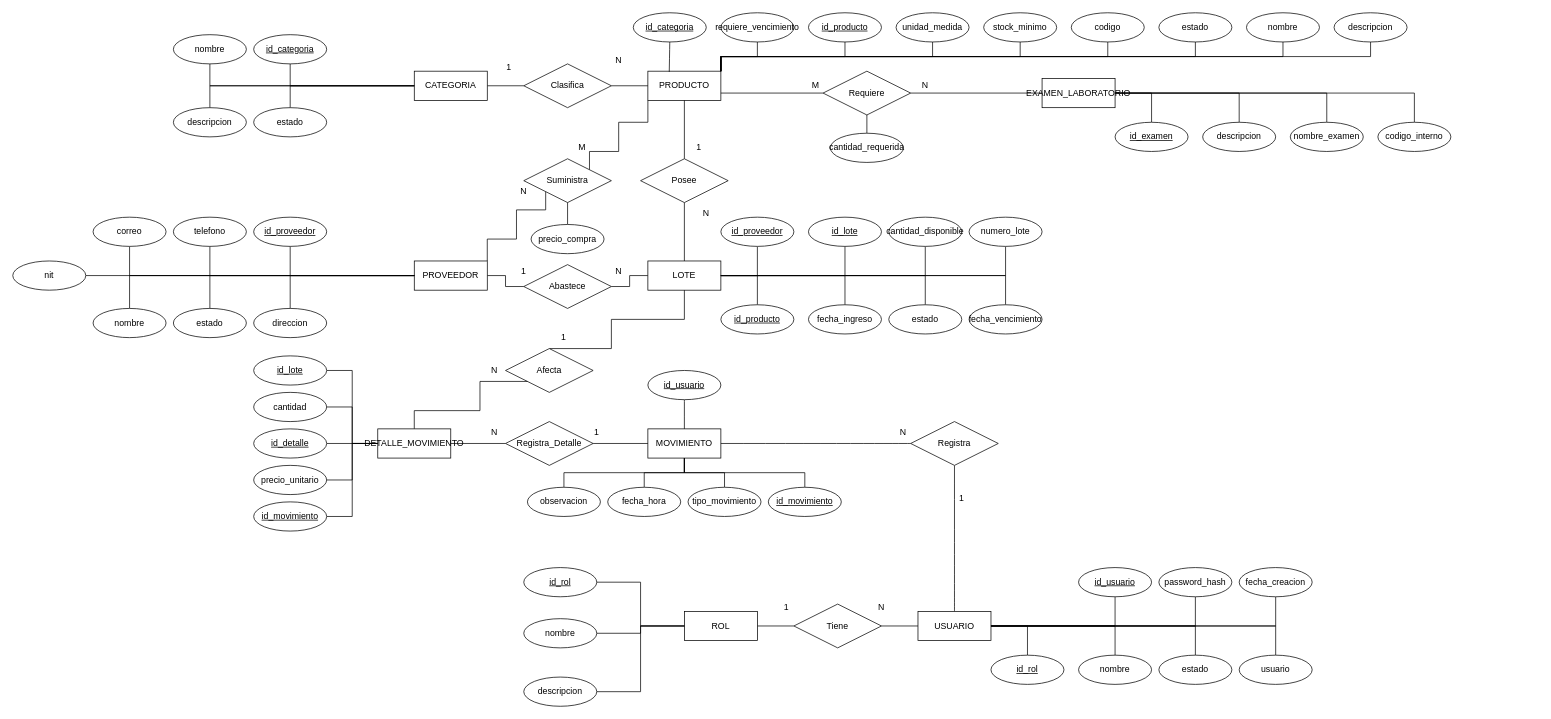
Before: docs/diagramas/DIAGRAMA-ER-LAB.drawio in Criss-paz/sistema-inventario-laboratorio, a draw.io diagram. Source tidied: cells renumbered, new cells numbered last; positions are measured from the earlier drawing's top-left corner, leaving out a move shared by most shapes. Both pictures are drawn from the tidied source at 73%, with x=0, y=0 at pixel (12, 12).
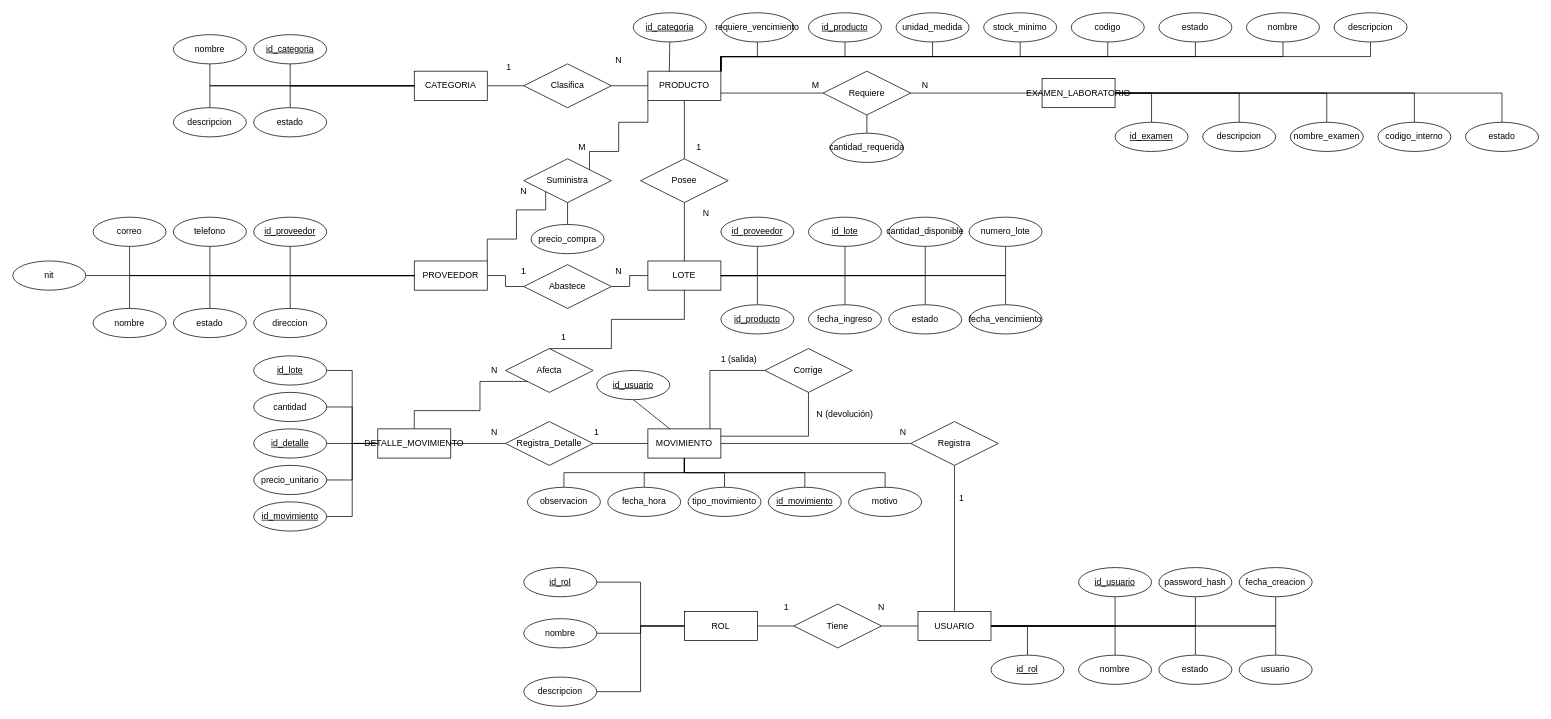
Above is the later version.

Commit message (it also covers changes not shown here):
docs(diagramas): actualiza ER y relacional con la devolución y la baja de exámenes; matriz v3

Unchanged cells that the change refers to:
```xml
<mxCell id="14" value="MOVIMIENTO" style="whiteSpace=wrap;html=1;align=center;" parent="1" vertex="1">
  <mxGeometry x="870" y="570" width="100" height="40" as="geometry" />
</mxCell>
<mxCell id="15" value="EXAMEN_LABORATORIO" style="whiteSpace=wrap;html=1;align=center;" parent="1" vertex="1">
  <mxGeometry x="1410" y="90" width="100" height="40" as="geometry" />
</mxCell>
```

What changed in the source:
```diff
@@
-    <mxCell id="148" style="edgeStyle=none;curved=1;rounded=0;jettySize=auto;html=1;exitX=0.5;exitY=1;exitDx=0;exitDy=0;entryX=0.5;entryY=0;entryDx=0;entryDy=0;fontSize=12;startSize=8;endSize=8;endArrow=none;endFill=0;" parent="1" edge="1" source="149" target="14">
+    <mxCell id="148" style="edgeStyle=none;curved=1;rounded=0;jettySize=auto;html=1;exitX=0.5;exitY=1;exitDx=0;exitDy=0;entryX=0.3;entryY=0;entryDx=0;entryDy=0;fontSize=12;startSize=8;endSize=8;endArrow=none;endFill=0;" parent="1" edge="1" source="149" target="14">
       <mxGeometry relative="1" as="geometry" />
     </mxCell>
     <mxCell id="149" value="id_usuario" style="ellipse;whiteSpace=wrap;html=1;align=center;fontStyle=20;" parent="1" vertex="1">
-      <mxGeometry x="870" y="490" width="100" height="40" as="geometry" />
+      <mxGeometry x="800" y="490" width="100" height="40" as="geometry" />
     </mxCell>
@@
+    <mxCell id="164" value="motivo" style="ellipse;whiteSpace=wrap;html=1;align=center;" parent="1" vertex="1">
+      <mxGeometry x="1145" y="650" width="100" height="40" as="geometry" />
+    </mxCell>
+    <mxCell id="165" style="edgeStyle=orthogonalEdgeStyle;rounded=0;jettySize=auto;html=1;endArrow=none;endFill=0;exitX=0.5;exitY=0;exitDx=0;exitDy=0;entryX=0.5;entryY=1;entryDx=0;entryDy=0;" parent="1" edge="1" source="164" target="14">
+      <mxGeometry relative="1" as="geometry" />
+    </mxCell>
+    <mxCell id="166" value="Corrige" style="shape=rhombus;perimeter=rhombusPerimeter;whiteSpace=wrap;html=1;align=center;" parent="1" vertex="1">
+      <mxGeometry x="1030" y="460" width="120" height="60" as="geometry" />
+    </mxCell>
+    <mxCell id="167" style="edgeStyle=orthogonalEdgeStyle;rounded=0;jettySize=auto;html=1;endArrow=none;endFill=0;exitX=1;exitY=0.25;exitDx=0;exitDy=0;entryX=0.5;entryY=1;entryDx=0;entryDy=0;" parent="1" edge="1" source="14" target="166">
+      <mxGeometry relative="1" as="geometry">
+        <Array as="points">
+          <mxPoint x="1090" y="580" />
+        </Array>
+      </mxGeometry>
+    </mxCell>
+    <mxCell id="168" style="edgeStyle=orthogonalEdgeStyle;rounded=0;jettySize=auto;html=1;endArrow=none;endFill=0;exitX=0.85;exitY=0;exitDx=0;exitDy=0;entryX=0;entryY=0.5;entryDx=0;entryDy=0;" parent="1" edge="1" source="14" target="166">
+      <mxGeometry relative="1" as="geometry">
+        <Array as="points">
+          <mxPoint x="955" y="490" />
+        </Array>
+      </mxGeometry>
+    </mxCell>
+    <mxCell id="169" value="1 (salida)" style="text;html=1;whiteSpace=wrap;strokeColor=none;fillColor=none;align=center;verticalAlign=middle;rounded=0;" parent="1" vertex="1">
+      <mxGeometry x="960" y="460" width="70" height="30" as="geometry" />
+    </mxCell>
+    <mxCell id="170" value="N (devolución)" style="text;html=1;whiteSpace=wrap;strokeColor=none;fillColor=none;align=center;verticalAlign=middle;rounded=0;" parent="1" vertex="1">
+      <mxGeometry x="1095" y="535" width="90" height="30" as="geometry" />
+    </mxCell>
+    <mxCell id="171" value="estado" style="ellipse;whiteSpace=wrap;html=1;align=center;" parent="1" vertex="1">
+      <mxGeometry x="1990" y="150" width="100" height="40" as="geometry" />
+    </mxCell>
+    <mxCell id="172" style="edgeStyle=orthogonalEdgeStyle;rounded=0;jettySize=auto;html=1;endArrow=none;endFill=0;exitX=0.5;exitY=0;exitDx=0;exitDy=0;entryX=1;entryY=0.5;entryDx=0;entryDy=0;" parent="1" edge="1" source="171" target="15">
+      <mxGeometry relative="1" as="geometry" />
+    </mxCell>
```
